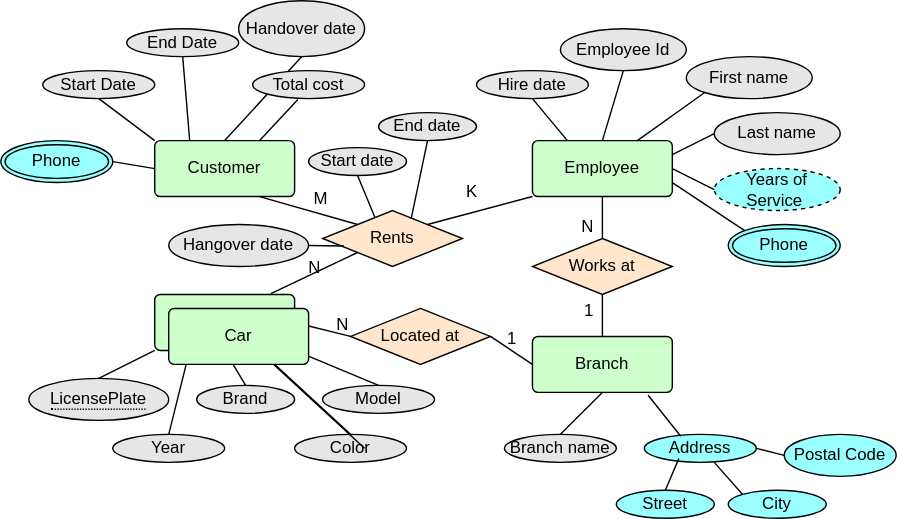
The draw.io diagram Lessons/Database design(Lection 1.4)/images/CarRentalConceptual.svg in atemchenko/DatabaseDescipline, before a commit. Source tidied: cells renumbered, new cells last; positions are measured from the earlier drawing's top-left corner, leaving out a move shared by most shapes.
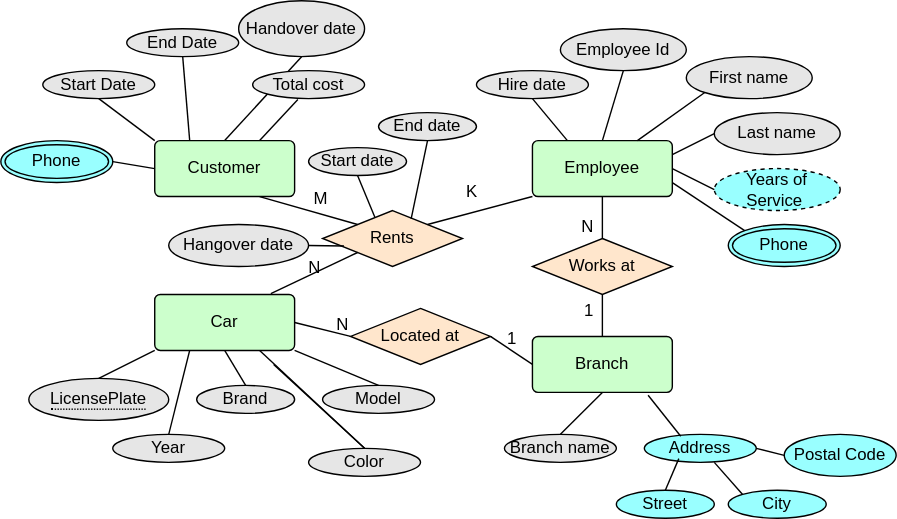
After the commit.

Commit message:
fixed conceeptual data model ERD image for L2 DB design

Diff of the diagram source:
```diff
@@ -15,7 +15,7 @@
       <mxGeometry x="230" y="275" width="80" height="20" as="geometry" />
     </mxCell>
     <mxCell id="6" value="Color" style="ellipse;whiteSpace=wrap;html=1;align=center;fillColor=#E6E6E6;" parent="1" vertex="1">
-      <mxGeometry x="210" y="310" width="80" height="20" as="geometry" />
+      <mxGeometry x="220" y="320" width="80" height="20" as="geometry" />
     </mxCell>
     <mxCell id="7" value="Year" style="ellipse;whiteSpace=wrap;html=1;align=center;fillColor=#E6E6E6;" parent="1" vertex="1">
       <mxGeometry x="80" y="310" width="80" height="20" as="geometry" />
@@ -227,9 +227,6 @@
     <mxCell id="69" style="endArrow=none;html=1;rounded=0;exitX=0.5;exitY=1;exitDx=0;exitDy=0;entryX=0.373;entryY=0.117;entryDx=0;entryDy=0;entryPerimeter=0;" parent="1" edge="1" source="66" target="22">
       <mxGeometry relative="1" as="geometry" />
     </mxCell>
-    <mxCell id="70" value="Car" style="rounded=1;arcSize=10;whiteSpace=wrap;html=1;align=center;fillColor=#CCFFCC;" parent="1" vertex="1">
-      <mxGeometry x="120" y="220" width="100" height="40" as="geometry" />
-    </mxCell>
     <mxCell id="71" style="endArrow=none;html=1;rounded=0;exitX=0.5;exitY=1;exitDx=0;exitDy=0;entryX=0.633;entryY=0.15;entryDx=0;entryDy=0;entryPerimeter=0;" parent="1" edge="1" source="67" target="22">
       <mxGeometry relative="1" as="geometry" />
     </mxCell>
```
